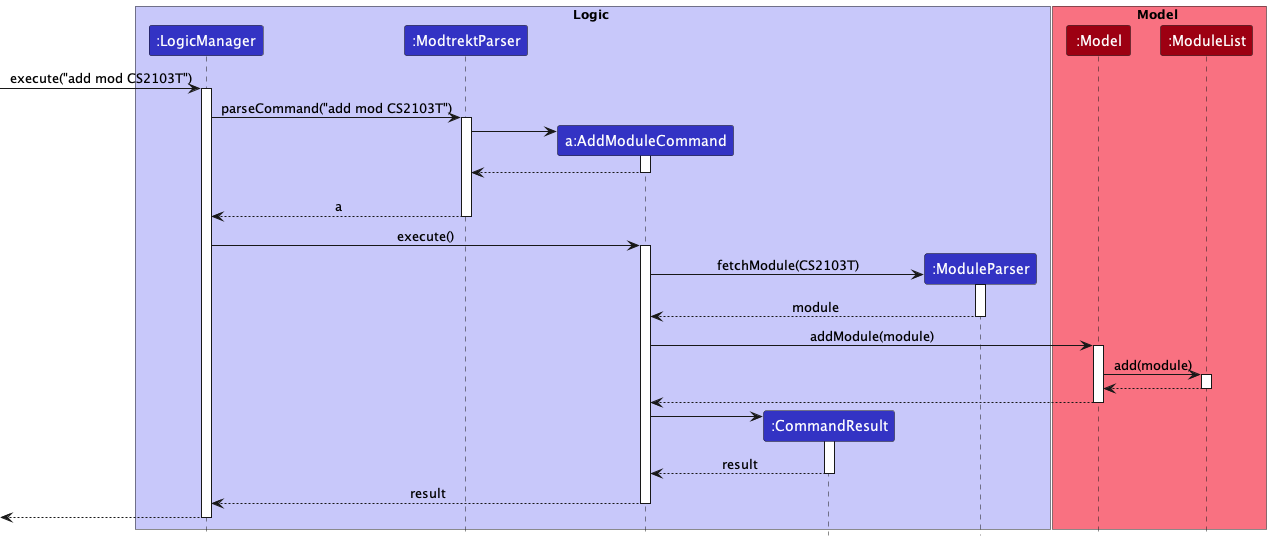
The PlantUML diagram docs/images/ModulePUMLs/AddModule/ModuleAddSequenceDiagram.png in nus-cs2103-AY2223S1/tp, before a commit.
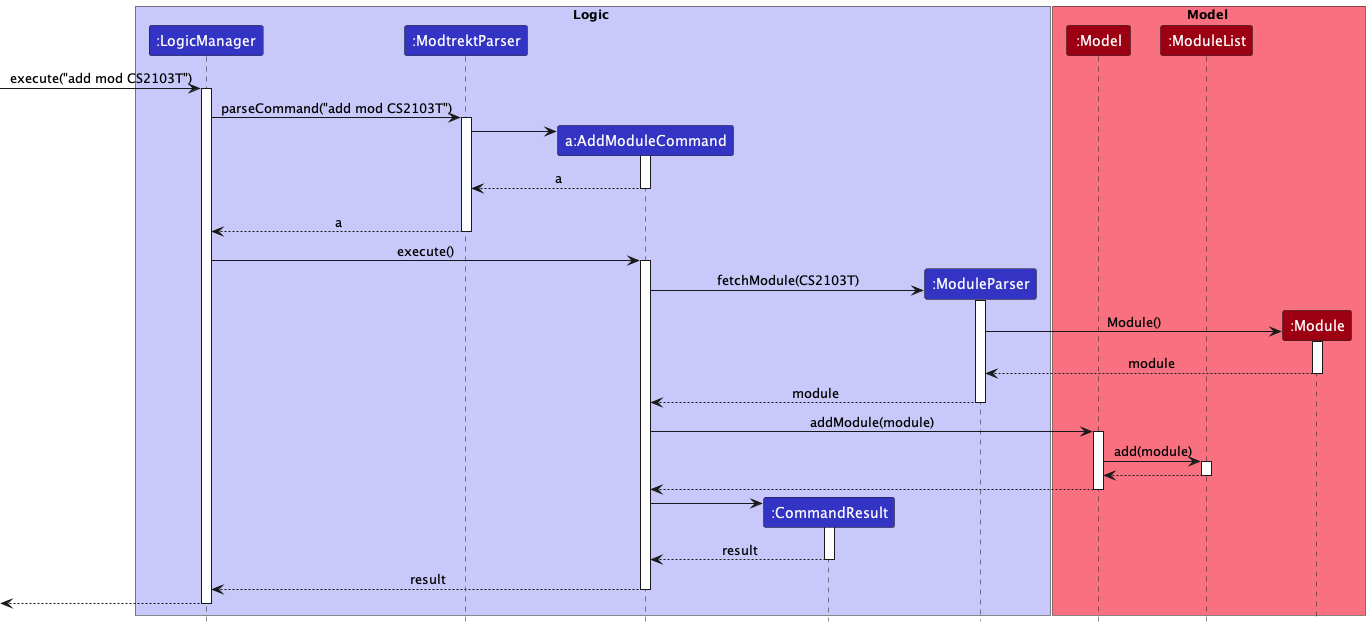
After the commit.

Diff of the diagram source:
```diff
@@ -7,12 +7,12 @@
 participant "a:AddModuleCommand" as AddModuleCommand LOGIC_COLOR
 participant ":CommandResult" as CommandResult LOGIC_COLOR
 participant ":ModuleParser" as ModuleParser LOGIC_COLOR
-
 end box
 
 box Model MODEL_COLOR_T1
 participant ":Model" as Model MODEL_COLOR
 participant ":ModuleList" as ModuleList MODEL_COLOR
+participant ":Module" as Module MODEL_COLOR
 end box
 
 [-> LogicManager : execute("add mod CS2103T")
@@ -25,7 +25,7 @@
 ModtrektParser -> AddModuleCommand
 activate AddModuleCommand
 
-AddModuleCommand --> ModtrektParser
+AddModuleCommand --> ModtrektParser : a
 deactivate AddModuleCommand
 
 AddModuleCommand -[hidden]-> ModtrektParser
@@ -39,6 +39,13 @@
 create ModuleParser
 AddModuleCommand -> ModuleParser : fetchModule(CS2103T)
 activate ModuleParser
+
+create Module
+ModuleParser ->Module : Module()
+activate Module
+
+Module --> ModuleParser : module
+deactivate Module
 
 ModuleParser --> AddModuleCommand : module
 deactivate ModuleParser
```
